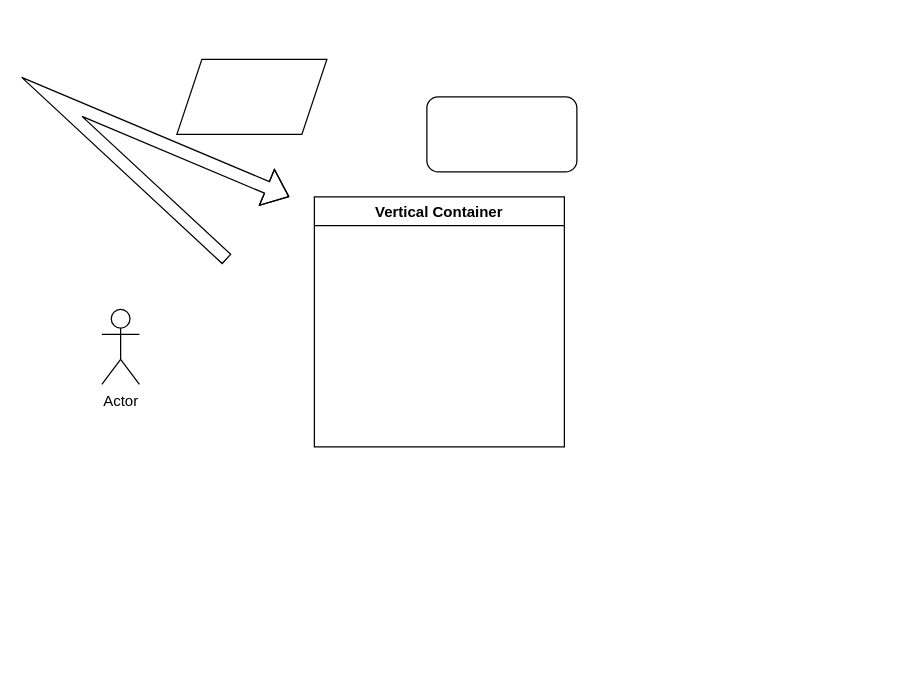
Above: Untitled Diagram.drawio in xzhifang/test1 (draw.io), before the change. Source tidied: cells renumbered, new cells numbered last; positions are measured from the earlier drawing's top-left corner, leaving out a move shared by most shapes. Both pictures are drawn from the tidied source at 125%, with x=0, y=0 at pixel (51, 59).
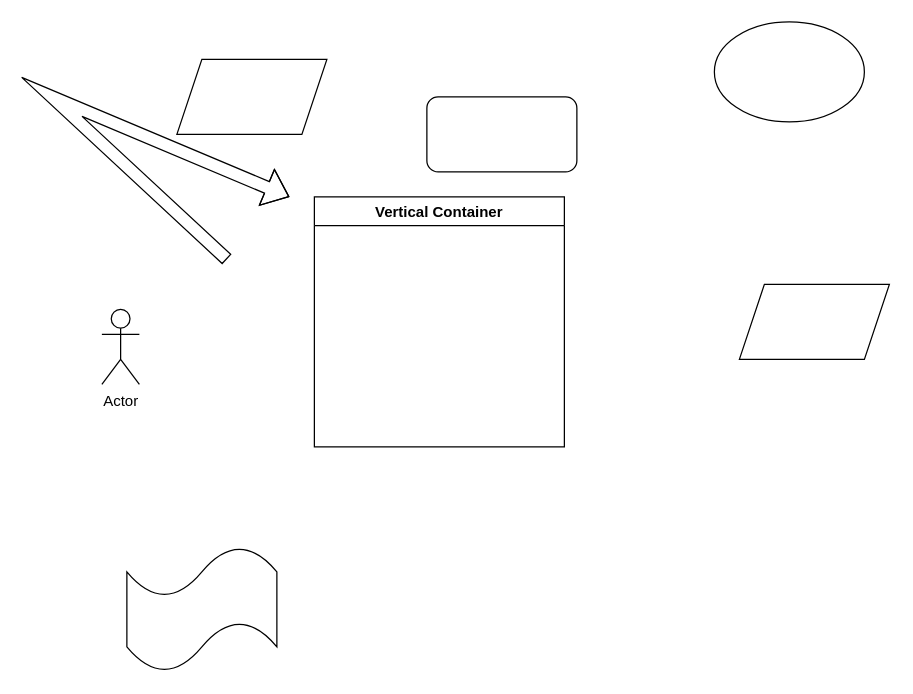
The same page after the edit.

What changed in the source:
```diff
@@
 <mxGraphModel>
   <root>
     <mxCell id="0" />
     <mxCell id="1" parent="0" />
     <mxCell id="2" style="rounded=1;whiteSpace=wrap;html=1;" parent="1" vertex="1">
       <mxGeometry x="300" y="30" width="120" height="60" as="geometry" />
     </mxCell>
     <mxCell id="3" style="shape=parallelogram;perimeter=parallelogramPerimeter;whiteSpace=wrap;html=1;fixedSize=1;" parent="1" vertex="1">
       <mxGeometry x="100" width="120" height="60" as="geometry" />
     </mxCell>
     <mxCell id="4" value="Actor" style="shape=umlActor;verticalLabelPosition=bottom;verticalAlign=top;html=1;" parent="1" vertex="1">
       <mxGeometry x="40" y="200" width="30" height="60" as="geometry" />
     </mxCell>
     <mxCell id="5" style="shape=flexArrow;endArrow=classic;html=1;rounded=0;" parent="1" edge="1">
       <mxGeometry relative="1" as="geometry">
         <mxPoint x="140" y="160" as="sourcePoint" />
         <mxPoint x="190" y="110" as="targetPoint" />
         <Array as="points">
           <mxPoint y="30" />
         </Array>
       </mxGeometry>
     </mxCell>
     <mxCell id="6" value="Vertical Container" style="swimlane;" parent="1" vertex="1">
       <mxGeometry x="210" y="110" width="200" height="200" as="geometry" />
     </mxCell>
+    <mxCell id="7" style="ellipse;whiteSpace=wrap;html=1;" parent="1" vertex="1">
+      <mxGeometry x="530" y="-30" width="120" height="80" as="geometry" />
+    </mxCell>
+    <mxCell id="8" style="shape=parallelogram;perimeter=parallelogramPerimeter;whiteSpace=wrap;html=1;fixedSize=1;" parent="1" vertex="1">
+      <mxGeometry x="550" y="180" width="120" height="60" as="geometry" />
+    </mxCell>
+    <mxCell id="9" style="shape=tape;whiteSpace=wrap;html=1;" parent="1" vertex="1">
+      <mxGeometry x="60" y="390" width="120" height="100" as="geometry" />
+    </mxCell>
   </root>
 </mxGraphModel>
```
